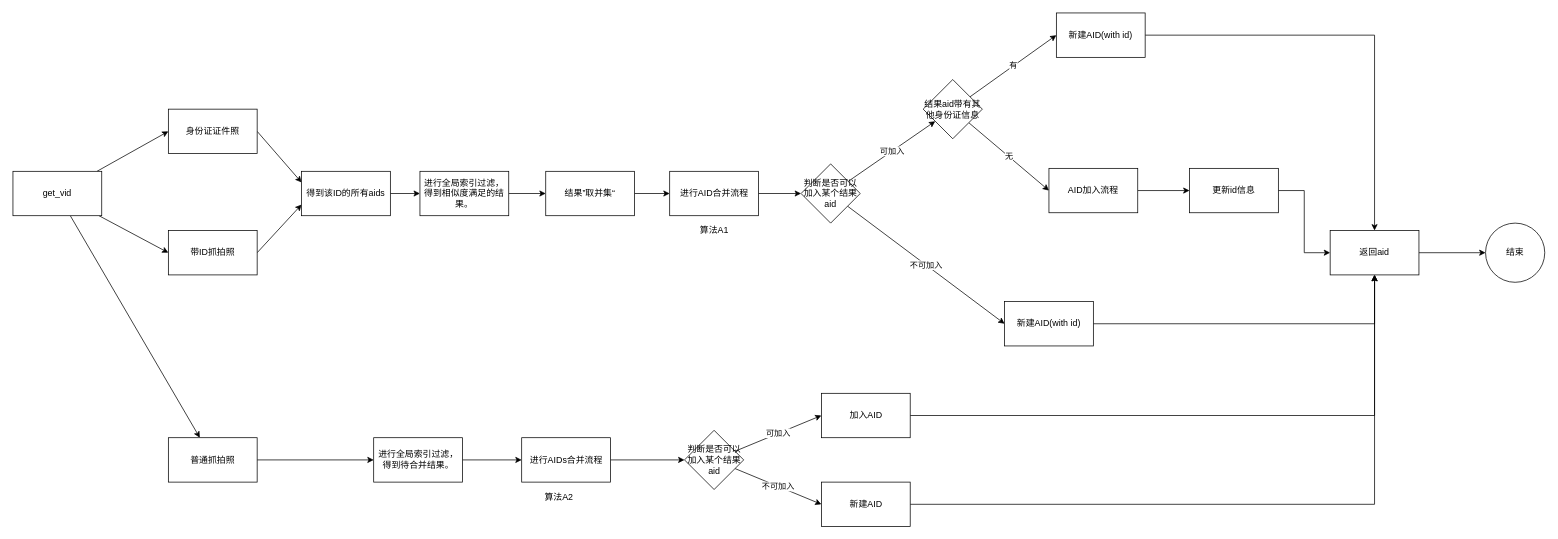
Earlier version of the draw.io diagram page "xj_version2" (6 of 6) of AID服务目标.drawio (chenlei87/utils). Source tidied: cells renumbered, new cells numbered last; positions are measured from the earlier drawing's top-left corner, leaving out a move shared by most shapes. Both pictures are drawn from the tidied source at 74%, with x=0, y=0 at pixel (13, 13).
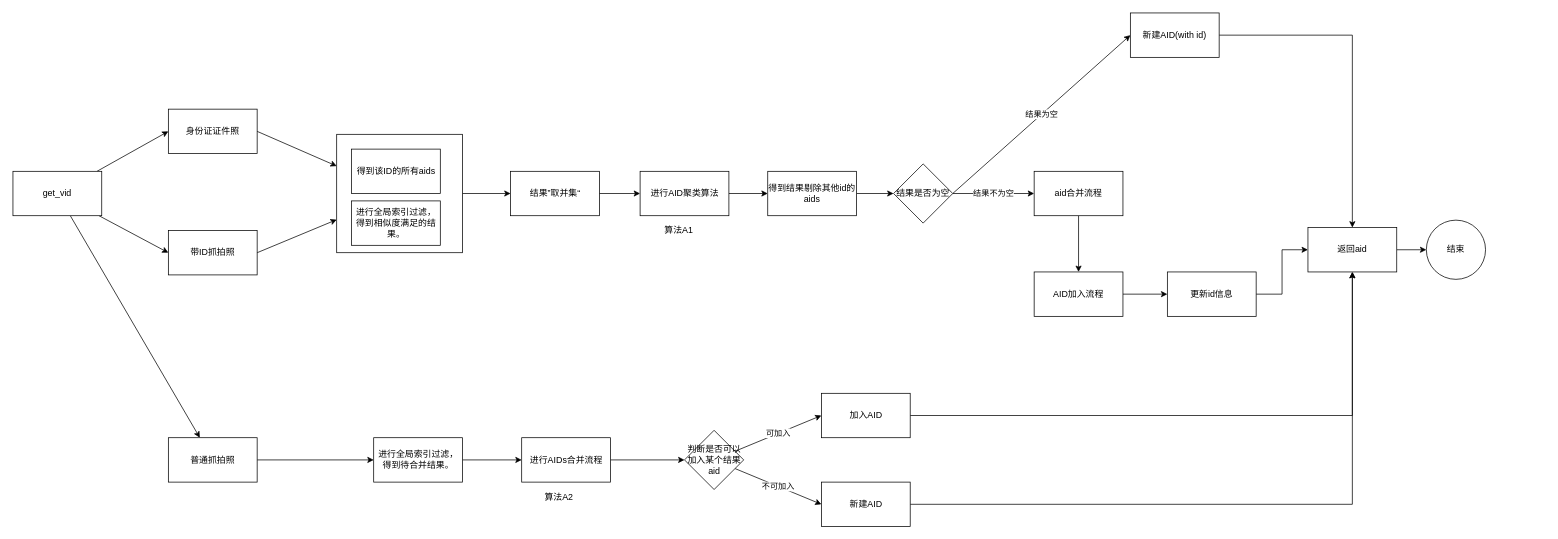
After the change.

The change refers to these unchanged cells:
```xml
<mxCell id="9" value="身份证证件照" style="rounded=0;whiteSpace=wrap;html=1;" parent="1" vertex="1">
  <mxGeometry x="210" y="130" width="120" height="60" as="geometry" />
</mxCell>
<mxCell id="11" value="带ID抓拍照" style="rounded=0;whiteSpace=wrap;html=1;" parent="1" vertex="1">
  <mxGeometry x="210" y="294" width="120" height="60" as="geometry" />
</mxCell>
```

What changed in the source:
```diff
@@
-    <mxCell id="8" style="rounded=0;jettySize=auto;html=1;entryX=0;entryY=0.25;entryDx=0;entryDy=0;exitX=1;exitY=0.5;exitDx=0;exitDy=0;" parent="1" edge="1" source="9" target="13">
+    <mxCell id="8" style="rounded=0;jettySize=auto;html=1;exitX=1;exitY=0.5;exitDx=0;exitDy=0;" parent="1" edge="1" source="9" target="54">
       <mxGeometry relative="1" as="geometry" />
     </mxCell>
@@
-    <mxCell id="10" style="edgeStyle=none;rounded=0;jettySize=auto;html=1;exitX=1;exitY=0.5;exitDx=0;exitDy=0;entryX=0;entryY=0.75;entryDx=0;entryDy=0;" parent="1" edge="1" source="11" target="13">
+    <mxCell id="10" style="edgeStyle=none;rounded=0;jettySize=auto;html=1;exitX=1;exitY=0.5;exitDx=0;exitDy=0;" parent="1" edge="1" source="11" target="54">
       <mxGeometry relative="1" as="geometry" />
     </mxCell>
@@
-    <mxCell id="12" style="edgeStyle=none;rounded=0;jettySize=auto;html=1;entryX=0;entryY=0.5;entryDx=0;entryDy=0;" parent="1" edge="1" source="13" target="43">
-      <mxGeometry relative="1" as="geometry" />
-    </mxCell>
-    <mxCell id="13" value="得到该ID的所有aids" style="rounded=0;whiteSpace=wrap;html=1;" parent="1" vertex="1">
-      <mxGeometry x="390" y="214" width="120" height="60" as="geometry" />
-    </mxCell>
     <mxCell id="14" value="算法A1" style="text;html=1;strokeColor=none;fillColor=none;align=center;verticalAlign=middle;whiteSpace=wrap;rounded=0;" parent="1" vertex="1">
-      <mxGeometry x="907.5" y="284" width="80" height="20" as="geometry" />
+      <mxGeometry x="860" y="284" width="80" height="20" as="geometry" />
     </mxCell>
-    <mxCell id="15" value="不可加入" style="edgeStyle=none;rounded=0;jettySize=auto;html=1;entryX=0;entryY=0.5;entryDx=0;entryDy=0;" parent="1" edge="1" source="17" target="22">
-      <mxGeometry relative="1" as="geometry" />
-    </mxCell>
-    <mxCell id="16" value="可加入" style="edgeStyle=none;rounded=0;jettySize=auto;html=1;" parent="1" edge="1" source="17" target="20">
-      <mxGeometry relative="1" as="geometry" />
-    </mxCell>
-    <mxCell id="17" value="判断是否可以加入某个结果aid" style="rhombus;whiteSpace=wrap;html=1;" parent="1" vertex="1">
-      <mxGeometry x="1065" y="204" width="80" height="80" as="geometry" />
-    </mxCell>
-    <mxCell id="18" value="有" style="edgeStyle=none;rounded=0;jettySize=auto;html=1;entryX=0;entryY=0.5;entryDx=0;entryDy=0;" parent="1" edge="1" source="20" target="24">
+    <mxCell id="18" value="结果为空" style="edgeStyle=none;rounded=0;jettySize=auto;html=1;entryX=0;entryY=0.5;entryDx=0;entryDy=0;exitX=1;exitY=0.5;exitDx=0;exitDy=0;" parent="1" edge="1" source="56" target="24">
       <mxGeometry relative="1" as="geometry" />
     </mxCell>
-    <mxCell id="19" value="无" style="edgeStyle=none;rounded=0;jettySize=auto;html=1;entryX=0;entryY=0.5;entryDx=0;entryDy=0;" parent="1" edge="1" source="20" target="49">
-      <mxGeometry relative="1" as="geometry" />
-    </mxCell>
-    <mxCell id="20" value="结果aid带有其他身份证信息" style="rhombus;whiteSpace=wrap;html=1;" parent="1" vertex="1">
-      <mxGeometry x="1230" y="90" width="80" height="80" as="geometry" />
-    </mxCell>
-    <mxCell id="21" style="edgeStyle=orthogonalEdgeStyle;rounded=0;jettySize=auto;html=1;entryX=0.5;entryY=1;entryDx=0;entryDy=0;" parent="1" edge="1" source="22" target="40">
-      <mxGeometry relative="1" as="geometry" />
-    </mxCell>
-    <mxCell id="22" value="新建AID(with id)" style="rounded=0;whiteSpace=wrap;html=1;" parent="1" vertex="1">
-      <mxGeometry x="1340" y="390" width="120" height="60" as="geometry" />
-    </mxCell>
@@
     <mxCell id="24" value="新建AID(with id)" style="rounded=0;whiteSpace=wrap;html=1;" parent="1" vertex="1">
-      <mxGeometry x="1410" width="120" height="60" as="geometry" />
+      <mxGeometry x="1510" width="120" height="60" as="geometry" />
     </mxCell>
@@
     <mxCell id="26" value="更新id信息" style="rounded=0;whiteSpace=wrap;html=1;" parent="1" vertex="1">
-      <mxGeometry x="1590" y="210" width="120" height="60" as="geometry" />
+      <mxGeometry x="1560" y="350" width="120" height="60" as="geometry" />
     </mxCell>
@@
     <mxCell id="40" value="返回aid" style="rounded=0;whiteSpace=wrap;html=1;" parent="1" vertex="1">
-      <mxGeometry x="1780" y="294" width="120" height="60" as="geometry" />
+      <mxGeometry x="1750" y="290" width="120" height="60" as="geometry" />
     </mxCell>
     <mxCell id="41" value="结束" style="ellipse;whiteSpace=wrap;html=1;" parent="1" vertex="1">
-      <mxGeometry x="1990" y="284" width="80" height="80" as="geometry" />
+      <mxGeometry x="1910" y="280" width="80" height="80" as="geometry" />
     </mxCell>
-    <mxCell id="42" style="edgeStyle=none;rounded=0;jettySize=auto;html=1;" parent="1" edge="1" source="43" target="45">
+    <mxCell id="42" style="edgeStyle=none;rounded=0;jettySize=auto;html=1;exitX=1;exitY=0.5;exitDx=0;exitDy=0;" parent="1" edge="1" source="54" target="45">
       <mxGeometry relative="1" as="geometry" />
     </mxCell>
-    <mxCell id="43" value="进行全局索引过滤，得到相似度满足的结果。" style="rounded=0;whiteSpace=wrap;html=1;" parent="1" vertex="1">
-      <mxGeometry x="550" y="214" width="120" height="60" as="geometry" />
-    </mxCell>
@@
     <mxCell id="45" value="结果”取并集“" style="rounded=0;whiteSpace=wrap;html=1;" parent="1" vertex="1">
-      <mxGeometry x="720" y="214" width="120" height="60" as="geometry" />
+      <mxGeometry x="672.5" y="214" width="120" height="60" as="geometry" />
     </mxCell>
-    <mxCell id="46" style="edgeStyle=none;rounded=0;jettySize=auto;html=1;entryX=0;entryY=0.5;entryDx=0;entryDy=0;" parent="1" edge="1" source="47" target="17">
-      <mxGeometry relative="1" as="geometry" />
-    </mxCell>
+    <mxCell id="50" style="edgeStyle=orthogonalEdgeStyle;rounded=0;jettySize=auto;html=1;" parent="1" edge="1" source="47" target="52">
+      <mxGeometry relative="1" as="geometry" />
+    </mxCell>
-    <mxCell id="47" value="进行AID合并流程" style="rounded=0;whiteSpace=wrap;html=1;" parent="1" vertex="1">
-      <mxGeometry x="887.5" y="214" width="120" height="60" as="geometry" />
+    <mxCell id="47" value="进行AID聚类算法" style="rounded=0;whiteSpace=wrap;html=1;" parent="1" vertex="1">
+      <mxGeometry x="847.5" y="214" width="120" height="60" as="geometry" />
     </mxCell>
+    <mxCell id="51" style="edgeStyle=orthogonalEdgeStyle;rounded=0;jettySize=auto;html=1;" parent="1" edge="1" source="52" target="56">
+      <mxGeometry relative="1" as="geometry" />
+    </mxCell>
+    <mxCell id="52" value="得到结果剔除其他id的aids" style="rounded=0;whiteSpace=wrap;html=1;" parent="1" vertex="1">
+      <mxGeometry x="1020" y="214" width="120" height="60" as="geometry" />
+    </mxCell>
@@
     <mxCell id="49" value="AID加入流程" style="rounded=0;whiteSpace=wrap;html=1;" parent="1" vertex="1">
-      <mxGeometry x="1400" y="210" width="120" height="60" as="geometry" />
+      <mxGeometry x="1380" y="350" width="120" height="60" as="geometry" />
     </mxCell>
+    <mxCell id="53" style="group;" parent="1" vertex="1">
+      <mxGeometry x="437.5" y="164" width="170" height="160" as="geometry" />
+    </mxCell>
+    <mxCell id="54" style="rounded=0;whiteSpace=wrap;html=1;" parent="53" vertex="1">
+      <mxGeometry width="170" height="160" as="geometry" />
+    </mxCell>
+    <mxCell id="13" value="得到该ID的所有aids" style="rounded=0;whiteSpace=wrap;html=1;" parent="53" vertex="1">
+      <mxGeometry x="20" y="20" width="120" height="60" as="geometry" />
+    </mxCell>
+    <mxCell id="43" value="进行全局索引过滤，得到相似度满足的结果。" style="rounded=0;whiteSpace=wrap;html=1;" parent="53" vertex="1">
+      <mxGeometry x="20" y="90" width="120" height="60" as="geometry" />
+    </mxCell>
+    <mxCell id="55" value="结果不为空" style="edgeStyle=orthogonalEdgeStyle;rounded=0;jettySize=auto;html=1;" parent="1" edge="1" source="56" target="58">
+      <mxGeometry relative="1" as="geometry" />
+    </mxCell>
+    <mxCell id="56" value="结果是否为空" style="rhombus;whiteSpace=wrap;html=1;" parent="1" vertex="1">
+      <mxGeometry x="1190" y="204" width="80" height="80" as="geometry" />
+    </mxCell>
+    <mxCell id="57" style="edgeStyle=orthogonalEdgeStyle;rounded=0;jettySize=auto;html=1;entryX=0.5;entryY=0;entryDx=0;entryDy=0;" parent="1" edge="1" source="58" target="49">
+      <mxGeometry relative="1" as="geometry" />
+    </mxCell>
+    <mxCell id="58" value="aid合并流程" style="rounded=0;whiteSpace=wrap;html=1;" parent="1" vertex="1">
+      <mxGeometry x="1380" y="214" width="120" height="60" as="geometry" />
+    </mxCell>
```
